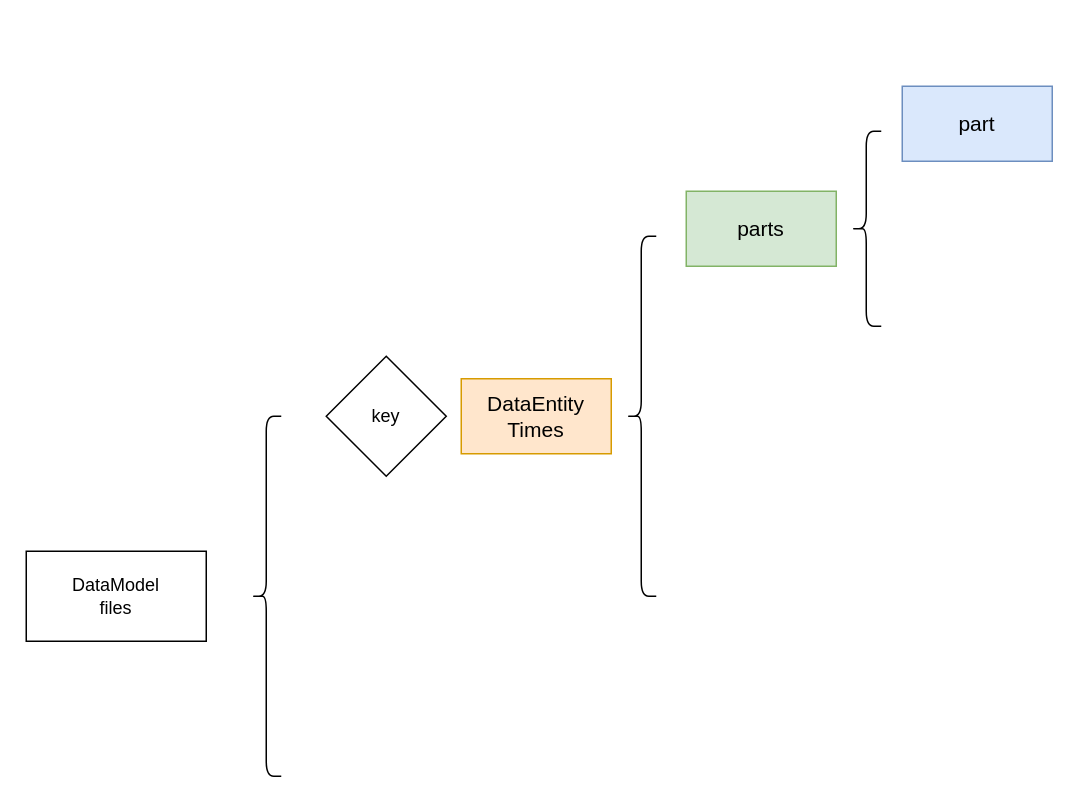
The draw.io diagram tai-pepo.drawio in Harekaze-Misakiakeno/uml, before the edit. Source tidied: cells renumbered, new cells numbered last; positions are measured from the earlier drawing's top-left corner, leaving out a move shared by most shapes. Both pictures are drawn from the tidied source at 150%, with x=0, y=0 at pixel (26, 86).
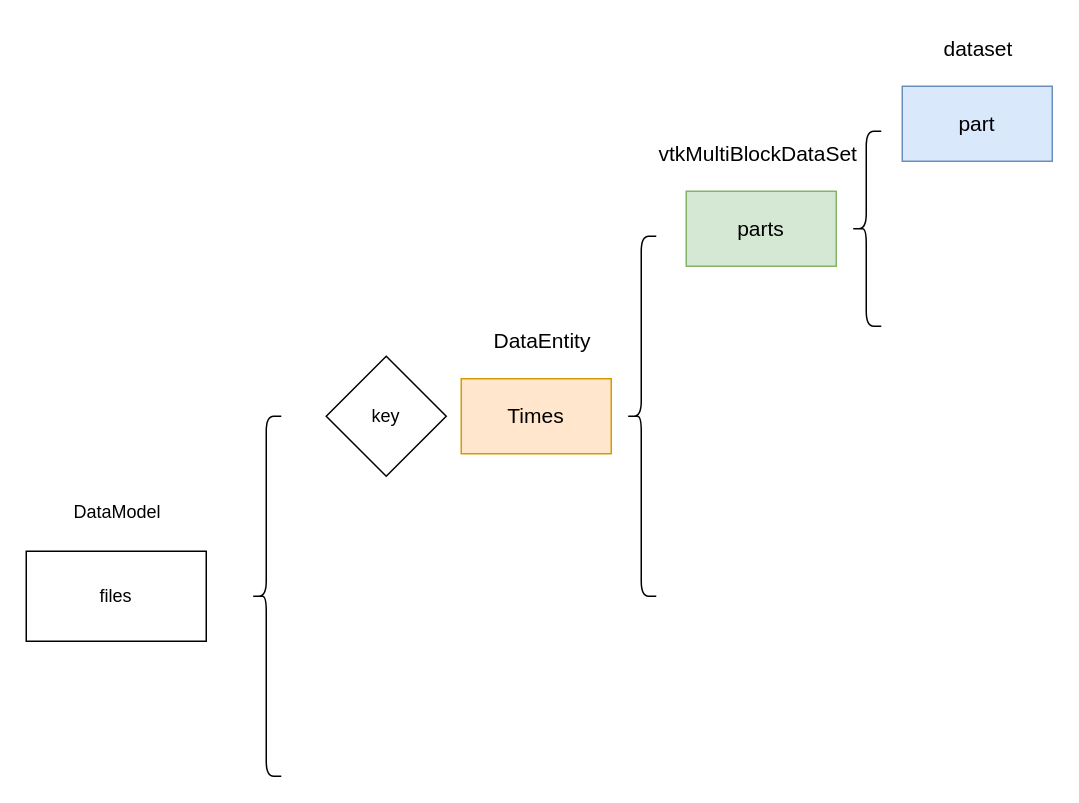
Above is the later version.

What changed in the source:
```diff
@@
 <mxGraphModel>
   <root>
     <mxCell id="0" />
     <mxCell id="1" parent="0" />
     <mxCell id="2" value="&lt;font style=&quot;font-size: 14px;&quot;&gt;part&lt;/font&gt;" style="rounded=0;whiteSpace=wrap;html=1;fillColor=#dae8fc;strokeColor=#6c8ebf;" parent="1" vertex="1">
       <mxGeometry x="584" width="100" height="50" as="geometry" />
     </mxCell>
     <mxCell id="3" style="shape=curlyBracket;whiteSpace=wrap;html=1;rounded=1;labelPosition=left;verticalLabelPosition=middle;align=right;verticalAlign=middle;" parent="1" vertex="1">
       <mxGeometry x="550" y="30" width="20" height="130" as="geometry" />
     </mxCell>
-    <mxCell id="4" value="&lt;font style=&quot;font-size: 14px;&quot;&gt;parts&lt;/font&gt;" style="rounded=0;whiteSpace=wrap;html=1;fillColor=#d5e8d4;strokeColor=#82b366;" parent="1" vertex="1">
+    <mxCell id="4" value="&lt;div&gt;&lt;span style=&quot;font-size: 14px; background-color: transparent; color: light-dark(rgb(0, 0, 0), rgb(255, 255, 255));&quot;&gt;parts&lt;/span&gt;&lt;/div&gt;" style="rounded=0;whiteSpace=wrap;html=1;fillColor=#d5e8d4;strokeColor=#82b366;" parent="1" vertex="1">
       <mxGeometry x="440" y="70" width="100" height="50" as="geometry" />
     </mxCell>
     <mxCell id="5" style="shape=curlyBracket;whiteSpace=wrap;html=1;rounded=1;labelPosition=left;verticalLabelPosition=middle;align=right;verticalAlign=middle;" parent="1" vertex="1">
       <mxGeometry x="400" y="100" width="20" height="240" as="geometry" />
     </mxCell>
-    <mxCell id="6" value="&lt;font style=&quot;&quot;&gt;&lt;span style=&quot;font-size: 14px;&quot;&gt;DataEntity&lt;/span&gt;&lt;br&gt;&lt;span style=&quot;font-size: 14px;&quot;&gt;Times&lt;/span&gt;&lt;/font&gt;" style="rounded=0;whiteSpace=wrap;html=1;fillColor=#ffe6cc;strokeColor=#d79b00;" parent="1" vertex="1">
+    <mxCell id="6" value="&lt;font style=&quot;&quot;&gt;&lt;span style=&quot;font-size: 14px;&quot;&gt;Times&lt;/span&gt;&lt;/font&gt;" style="rounded=0;whiteSpace=wrap;html=1;fillColor=#ffe6cc;strokeColor=#d79b00;" parent="1" vertex="1">
       <mxGeometry x="290" y="195" width="100" height="50" as="geometry" />
     </mxCell>
     <mxCell id="7" style="shape=curlyBracket;whiteSpace=wrap;html=1;rounded=1;labelPosition=left;verticalLabelPosition=middle;align=right;verticalAlign=middle;" parent="1" vertex="1">
       <mxGeometry x="150" y="220" width="20" height="240" as="geometry" />
     </mxCell>
     <mxCell id="8" value="key" style="rhombus;whiteSpace=wrap;html=1;" parent="1" vertex="1">
       <mxGeometry x="200" y="180" width="80" height="80" as="geometry" />
     </mxCell>
-    <mxCell id="9" value="&lt;div&gt;DataModel&lt;/div&gt;files" style="rounded=0;whiteSpace=wrap;html=1;" parent="1" vertex="1">
+    <mxCell id="9" value="&lt;div&gt;&lt;span style=&quot;background-color: transparent; color: light-dark(rgb(0, 0, 0), rgb(255, 255, 255));&quot;&gt;files&lt;/span&gt;&lt;/div&gt;" style="rounded=0;whiteSpace=wrap;html=1;" parent="1" vertex="1">
       <mxGeometry y="310" width="120" height="60" as="geometry" />
     </mxCell>
+    <mxCell id="10" value="&lt;span style=&quot;color: rgb(0, 0, 0); font-family: Helvetica; font-size: 14px; font-style: normal; font-variant-ligatures: normal; font-variant-caps: normal; font-weight: 400; letter-spacing: normal; orphans: 2; text-align: center; text-indent: 0px; text-transform: none; widows: 2; word-spacing: 0px; -webkit-text-stroke-width: 0px; white-space: normal; text-decoration-thickness: initial; text-decoration-style: initial; text-decoration-color: initial; float: none; display: inline !important;&quot;&gt;vtkMultiBlockDataSet&lt;/span&gt;" style="text;whiteSpace=wrap;html=1;" parent="1" vertex="1">
+      <mxGeometry x="420" y="30" width="140" height="30" as="geometry" />
+    </mxCell>
+    <mxCell id="11" value="&lt;span style=&quot;color: rgb(0, 0, 0); font-family: Helvetica; font-size: 14px; font-style: normal; font-variant-ligatures: normal; font-variant-caps: normal; font-weight: 400; letter-spacing: normal; orphans: 2; text-align: center; text-indent: 0px; text-transform: none; widows: 2; word-spacing: 0px; -webkit-text-stroke-width: 0px; white-space: normal; text-decoration-thickness: initial; text-decoration-style: initial; text-decoration-color: initial; float: none; display: inline !important;&quot;&gt;dataset&lt;/span&gt;" style="text;whiteSpace=wrap;html=1;" parent="1" vertex="1">
+      <mxGeometry x="610" y="-40" width="66" height="30" as="geometry" />
+    </mxCell>
+    <mxCell id="12" value="&lt;span style=&quot;color: rgb(0, 0, 0); font-family: Helvetica; font-size: 12px; font-style: normal; font-variant-ligatures: normal; font-variant-caps: normal; font-weight: 400; letter-spacing: normal; orphans: 2; text-align: center; text-indent: 0px; text-transform: none; widows: 2; word-spacing: 0px; -webkit-text-stroke-width: 0px; white-space: normal; text-decoration-thickness: initial; text-decoration-style: initial; text-decoration-color: initial; float: none; display: inline !important;&quot;&gt;DataModel&lt;/span&gt;" style="text;whiteSpace=wrap;html=1;" parent="1" vertex="1">
+      <mxGeometry x="30" y="270" width="90" height="40" as="geometry" />
+    </mxCell>
+    <mxCell id="13" value="&lt;span style=&quot;color: rgb(0, 0, 0); font-family: Helvetica; font-size: 14px; font-style: normal; font-variant-ligatures: normal; font-variant-caps: normal; font-weight: 400; letter-spacing: normal; orphans: 2; text-align: center; text-indent: 0px; text-transform: none; widows: 2; word-spacing: 0px; -webkit-text-stroke-width: 0px; white-space: normal; text-decoration-thickness: initial; text-decoration-style: initial; text-decoration-color: initial; float: none; display: inline !important;&quot;&gt;DataEntity&lt;/span&gt;" style="text;whiteSpace=wrap;html=1;" parent="1" vertex="1">
+      <mxGeometry x="310" y="155" width="100" height="40" as="geometry" />
+    </mxCell>
   </root>
 </mxGraphModel>
```
